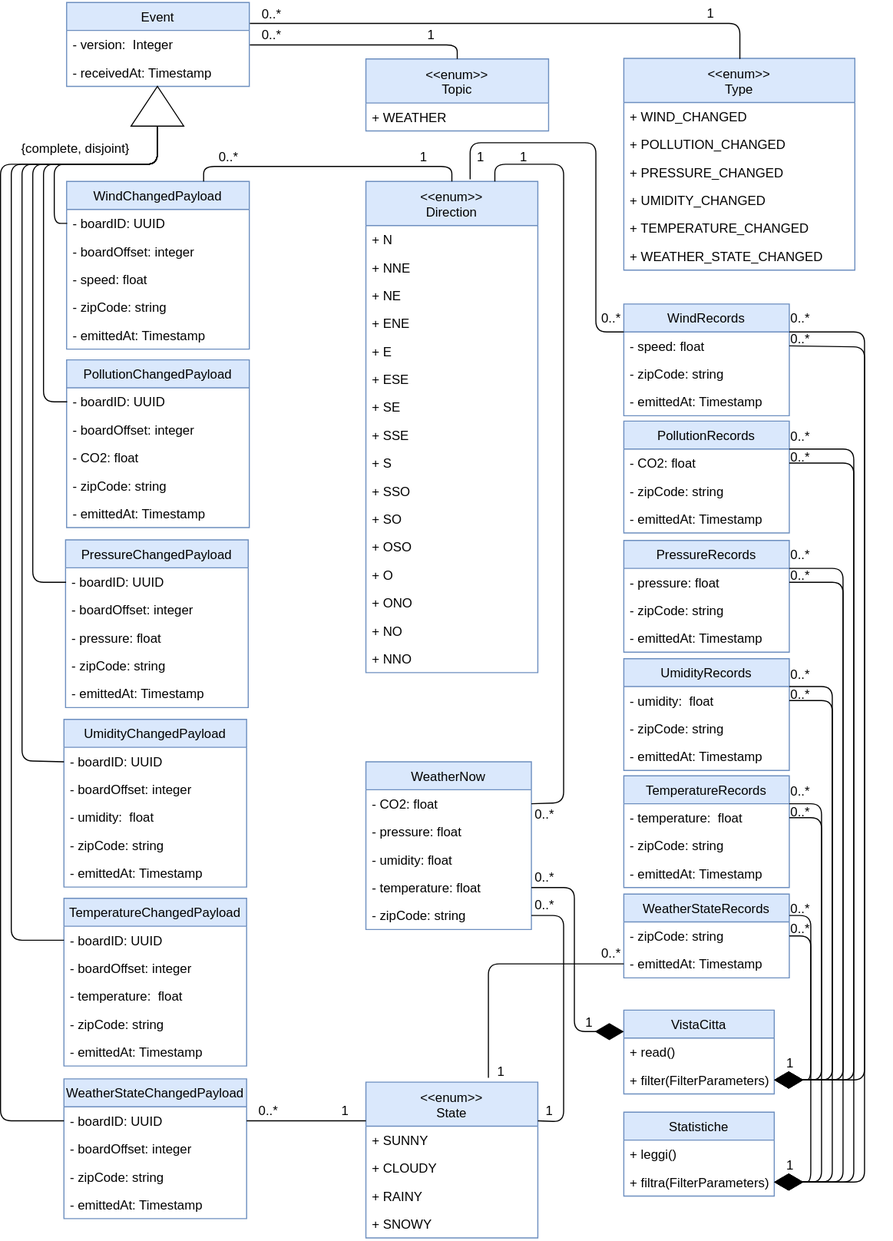
Before: resources/ModelloDelDominio.svg, a diagram exported from draw.io (Leaaaf/weatherment.io). Source tidied: cells renumbered, new cells last; positions are measured from the earlier drawing's top-left corner, leaving out a move shared by most shapes.
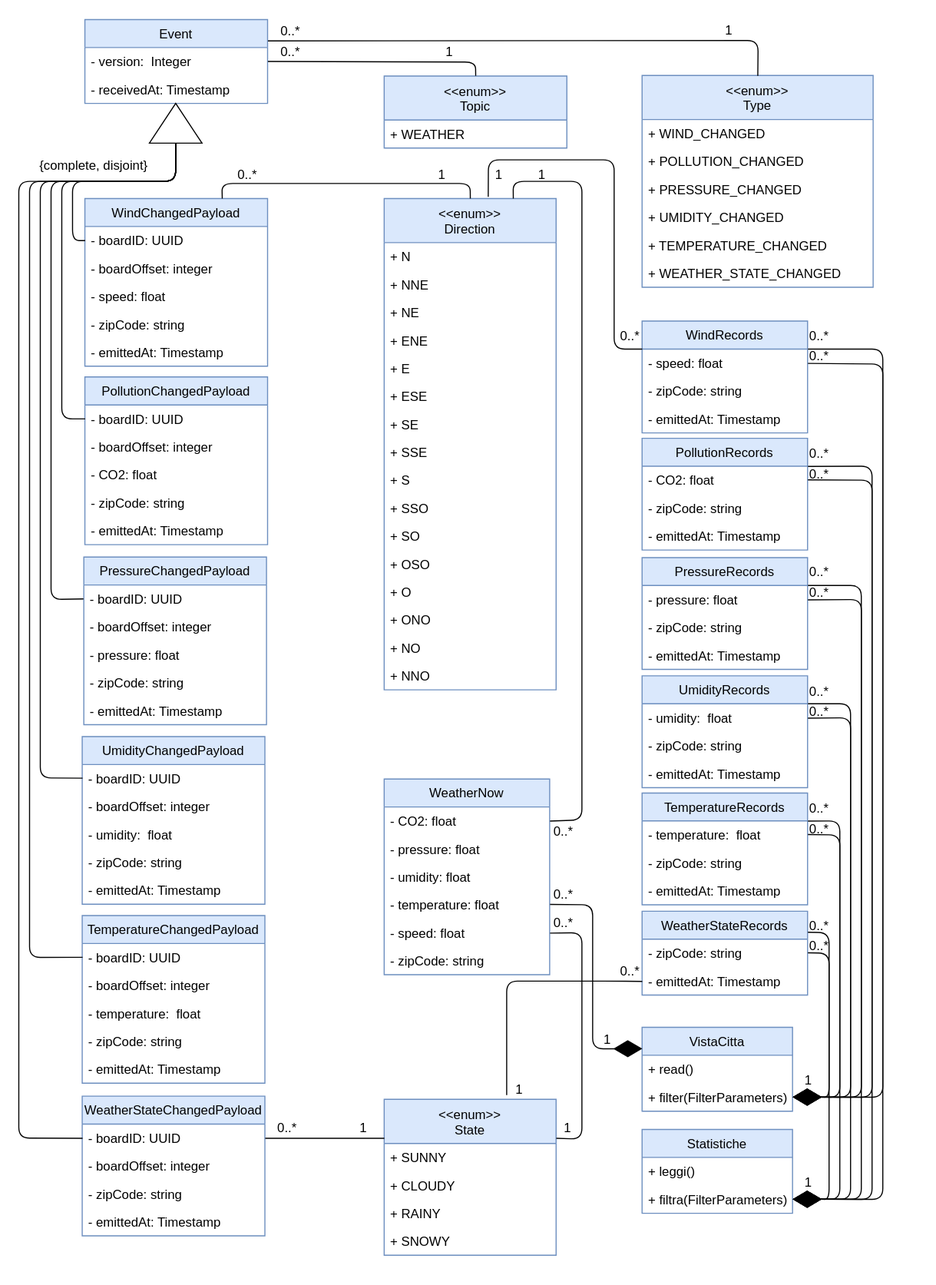
After the change.

The edit, as a diff of the source:
```diff
@@ -337,7 +337,7 @@
       <mxGeometry x="4" y="126.5" width="130" height="20" as="geometry" />
     </mxCell>
     <mxCell id="97" value="WeatherNow" style="swimlane;fontStyle=0;horizontal=1;startSize=26;fillColor=#dae8fc;strokeColor=#6c8ebf;gradientColor=none;swimlaneFillColor=#ffffff;" parent="1" vertex="1">
-      <mxGeometry x="340" y="708" width="154" height="156" as="geometry" />
+      <mxGeometry x="340" y="708" width="154" height="182" as="geometry" />
     </mxCell>
     <mxCell id="98" value="- CO2: float" style="text;strokeColor=none;fillColor=none;align=left;verticalAlign=top;spacingLeft=4;spacingRight=4;overflow=hidden;points=[[0,0.5],[1,0.5]];portConstraint=eastwest;" parent="97" vertex="1">
       <mxGeometry y="26" width="154" height="26" as="geometry" />
@@ -351,8 +351,11 @@
     <mxCell id="101" value="- temperature: float" style="text;strokeColor=none;fillColor=none;align=left;verticalAlign=top;spacingLeft=4;spacingRight=4;overflow=hidden;points=[[0,0.5],[1,0.5]];portConstraint=eastwest;" parent="97" vertex="1">
       <mxGeometry y="104" width="154" height="26" as="geometry" />
     </mxCell>
+    <mxCell id="167" value="- speed: float" style="text;strokeColor=none;fillColor=none;align=left;verticalAlign=top;spacingLeft=4;spacingRight=4;overflow=hidden;points=[[0,0.5],[1,0.5]];portConstraint=eastwest;" parent="97" vertex="1">
+      <mxGeometry y="130" width="154" height="26" as="geometry" />
+    </mxCell>
     <mxCell id="102" value="- zipCode: string" style="text;strokeColor=none;fillColor=none;align=left;verticalAlign=top;spacingLeft=4;spacingRight=4;overflow=hidden;points=[[0,0.5],[1,0.5]];portConstraint=eastwest;" parent="97" vertex="1">
-      <mxGeometry y="130" width="154" height="26" as="geometry" />
+      <mxGeometry y="156" width="154" height="26" as="geometry" />
     </mxCell>
     <mxCell id="103" style="endArrow=none;html=1;entryX=0.75;entryY=0;entryDx=0;entryDy=0;exitX=1;exitY=0.5;exitDx=0;exitDy=0;" parent="1" edge="1" source="98" target="46">
       <mxGeometry relative="1" as="geometry">
@@ -363,7 +366,7 @@
         </Array>
       </mxGeometry>
     </mxCell>
-    <mxCell id="104" style="endArrow=none;html=1;exitX=1;exitY=0.25;exitDx=0;exitDy=0;entryX=1;entryY=0.5;entryDx=0;entryDy=0;" parent="1" edge="1" source="79" target="102">
+    <mxCell id="104" style="endArrow=none;html=1;exitX=1;exitY=0.25;exitDx=0;exitDy=0;entryX=1;entryY=0.5;entryDx=0;entryDy=0;" parent="1" edge="1" source="79" target="167">
       <mxGeometry relative="1" as="geometry">
         <Array as="points">
           <mxPoint x="524" y="1043" />
```
